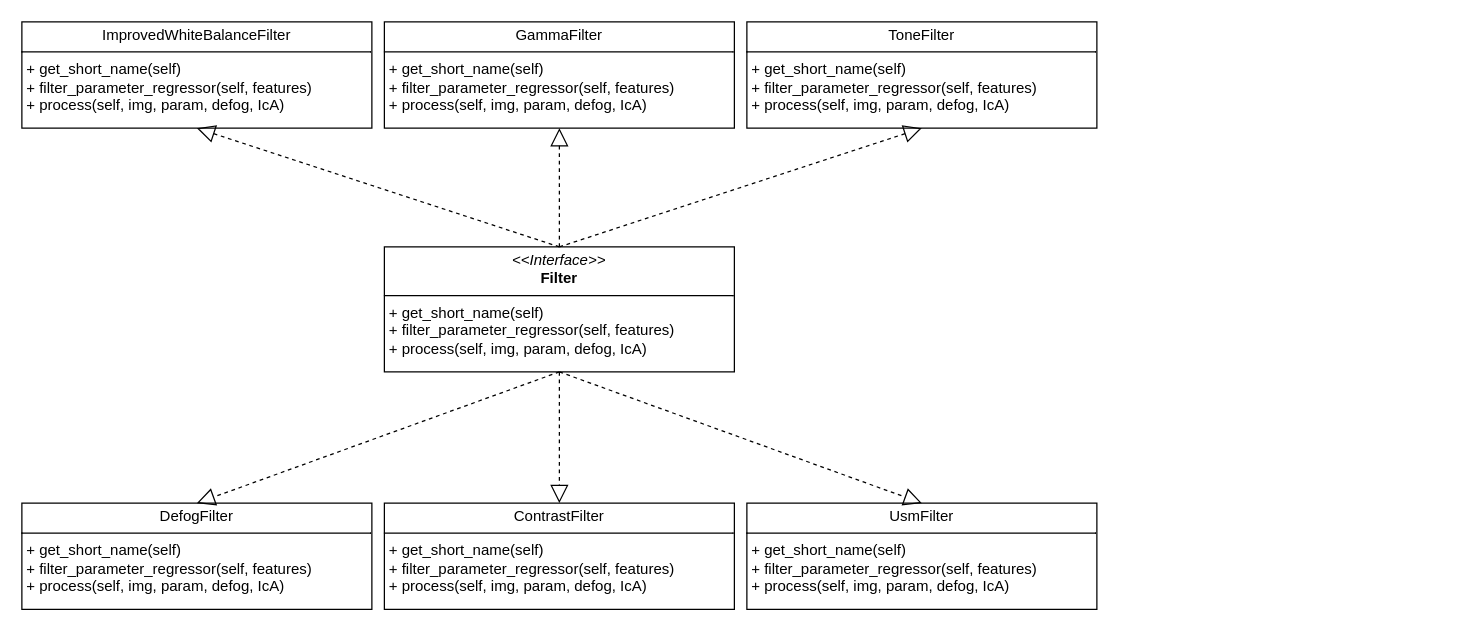
The draw.io diagram 未命名绘图.drawio in UNIQUEXIONG123/UNIQUEXIONG123, before the edit. Source tidied: cells renumbered, new cells numbered last; positions are measured from the earlier drawing's top-left corner, leaving out a move shared by most shapes. Both pictures are drawn from the tidied source at 125%, with x=0, y=0 at pixel (21, 21).
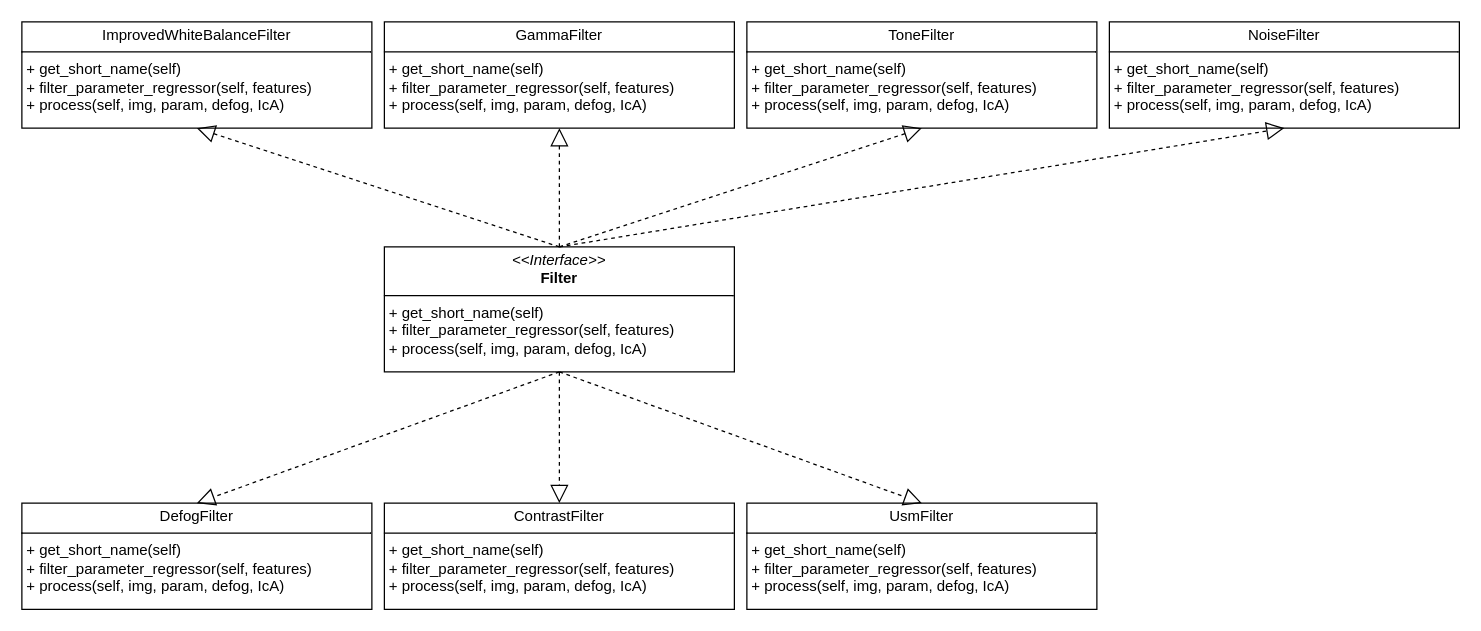
Above is the later version.

Commit message:
更新未命名绘图.drawio

What changed in the source:
```diff
@@
 <mxGraphModel>
   <root>
     <mxCell id="0" />
     <mxCell id="1" parent="0" />
     <mxCell id="2" value="&lt;p style=&quot;margin:0px;margin-top:4px;text-align:center;&quot;&gt;&lt;i&gt;&amp;lt;&amp;lt;Interface&amp;gt;&amp;gt;&lt;/i&gt;&lt;br&gt;&lt;b&gt;Filter&lt;/b&gt;&lt;/p&gt;&lt;hr size=&quot;1&quot; style=&quot;border-style:solid;&quot;&gt;&lt;p style=&quot;margin:0px;margin-left:4px;&quot;&gt;+ get_short_name(self)&lt;br&gt;+ filter_parameter_regressor(self, features)&lt;/p&gt;&lt;p style=&quot;margin:0px;margin-left:4px;&quot;&gt;+ process(self, img, param, defog, IcA)&lt;/p&gt;" style="verticalAlign=top;align=left;overflow=fill;html=1;whiteSpace=wrap;" parent="1" vertex="1">
       <mxGeometry x="290" y="180" width="280" height="100" as="geometry" />
     </mxCell>
     <mxCell id="3" value="&lt;p style=&quot;margin:0px;margin-top:4px;text-align:center;&quot;&gt;DefogFilter&lt;/p&gt;&lt;hr size=&quot;1&quot; style=&quot;border-style:solid;&quot;&gt;&lt;p style=&quot;margin:0px;margin-left:4px;&quot;&gt;+ get_short_name(self)&lt;br&gt;+ filter_parameter_regressor(self, features)&lt;/p&gt;&lt;p style=&quot;margin:0px;margin-left:4px;&quot;&gt;+ process(self, img, param, defog, IcA)&lt;/p&gt;" style="verticalAlign=top;align=left;overflow=fill;html=1;whiteSpace=wrap;" parent="1" vertex="1">
       <mxGeometry y="385" width="280" height="85" as="geometry" />
     </mxCell>
     <mxCell id="4" value="&lt;p style=&quot;margin:0px;margin-top:4px;text-align:center;&quot;&gt;ContrastFilter&lt;/p&gt;&lt;hr size=&quot;1&quot; style=&quot;border-style:solid;&quot;&gt;&lt;p style=&quot;margin:0px;margin-left:4px;&quot;&gt;+ get_short_name(self)&lt;br&gt;+ filter_parameter_regressor(self, features)&lt;/p&gt;&lt;p style=&quot;margin:0px;margin-left:4px;&quot;&gt;+ process(self, img, param, defog, IcA)&lt;/p&gt;" style="verticalAlign=top;align=left;overflow=fill;html=1;whiteSpace=wrap;" parent="1" vertex="1">
       <mxGeometry x="290" y="385" width="280" height="85" as="geometry" />
     </mxCell>
     <mxCell id="5" value="&lt;p style=&quot;margin:0px;margin-top:4px;text-align:center;&quot;&gt;UsmFilter&lt;/p&gt;&lt;hr size=&quot;1&quot; style=&quot;border-style:solid;&quot;&gt;&lt;p style=&quot;margin:0px;margin-left:4px;&quot;&gt;+ get_short_name(self)&lt;br&gt;+ filter_parameter_regressor(self, features)&lt;/p&gt;&lt;p style=&quot;margin:0px;margin-left:4px;&quot;&gt;+ process(self, img, param, defog, IcA)&lt;/p&gt;" style="verticalAlign=top;align=left;overflow=fill;html=1;whiteSpace=wrap;" parent="1" vertex="1">
       <mxGeometry x="580" y="385" width="280" height="85" as="geometry" />
     </mxCell>
     <mxCell id="6" value="&lt;p style=&quot;margin:0px;margin-top:4px;text-align:center;&quot;&gt;ImprovedWhiteBalanceFilter&lt;/p&gt;&lt;hr size=&quot;1&quot; style=&quot;border-style:solid;&quot;&gt;&lt;p style=&quot;margin:0px;margin-left:4px;&quot;&gt;+ get_short_name(self)&lt;br&gt;+ filter_parameter_regressor(self, features)&lt;/p&gt;&lt;p style=&quot;margin:0px;margin-left:4px;&quot;&gt;+ process(self, img, param, defog, IcA)&lt;/p&gt;" style="verticalAlign=top;align=left;overflow=fill;html=1;whiteSpace=wrap;" parent="1" vertex="1">
       <mxGeometry width="280" height="85" as="geometry" />
     </mxCell>
     <mxCell id="7" value="&lt;p style=&quot;margin:0px;margin-top:4px;text-align:center;&quot;&gt;GammaFilter&lt;/p&gt;&lt;hr size=&quot;1&quot; style=&quot;border-style:solid;&quot;&gt;&lt;p style=&quot;margin:0px;margin-left:4px;&quot;&gt;+ get_short_name(self)&lt;br&gt;+ filter_parameter_regressor(self, features)&lt;/p&gt;&lt;p style=&quot;margin:0px;margin-left:4px;&quot;&gt;+ process(self, img, param, defog, IcA)&lt;/p&gt;" style="verticalAlign=top;align=left;overflow=fill;html=1;whiteSpace=wrap;" parent="1" vertex="1">
       <mxGeometry x="290" width="280" height="85" as="geometry" />
     </mxCell>
     <mxCell id="8" value="&lt;p style=&quot;margin:0px;margin-top:4px;text-align:center;&quot;&gt;ToneFilter&lt;/p&gt;&lt;hr size=&quot;1&quot; style=&quot;border-style:solid;&quot;&gt;&lt;p style=&quot;margin:0px;margin-left:4px;&quot;&gt;+ get_short_name(self)&lt;br&gt;+ filter_parameter_regressor(self, features)&lt;/p&gt;&lt;p style=&quot;margin:0px;margin-left:4px;&quot;&gt;+ process(self, img, param, defog, IcA)&lt;/p&gt;" style="verticalAlign=top;align=left;overflow=fill;html=1;whiteSpace=wrap;" parent="1" vertex="1">
       <mxGeometry x="580" width="280" height="85" as="geometry" />
     </mxCell>
     <mxCell id="9" style="endArrow=block;dashed=1;endFill=0;endSize=12;html=1;rounded=0;entryX=0.5;entryY=1;entryDx=0;entryDy=0;exitX=0.5;exitY=0;exitDx=0;exitDy=0;" parent="1" edge="1" source="2" target="8">
       <mxGeometry relative="1" as="geometry" />
     </mxCell>
     <mxCell id="10" style="endArrow=block;dashed=1;endFill=0;endSize=12;html=1;rounded=0;entryX=0.5;entryY=1;entryDx=0;entryDy=0;exitX=0.5;exitY=0;exitDx=0;exitDy=0;" parent="1" edge="1" source="2" target="7">
       <mxGeometry relative="1" as="geometry" />
     </mxCell>
     <mxCell id="11" style="endArrow=block;dashed=1;endFill=0;endSize=12;html=1;rounded=0;entryX=0.5;entryY=1;entryDx=0;entryDy=0;exitX=0.5;exitY=0;exitDx=0;exitDy=0;" parent="1" edge="1" source="2" target="6">
       <mxGeometry relative="1" as="geometry" />
     </mxCell>
     <mxCell id="12" style="endArrow=block;dashed=1;endFill=0;endSize=12;html=1;rounded=0;entryX=0.5;entryY=0;entryDx=0;entryDy=0;exitX=0.5;exitY=1;exitDx=0;exitDy=0;" parent="1" edge="1" source="2" target="4">
       <mxGeometry relative="1" as="geometry" />
     </mxCell>
     <mxCell id="13" style="endArrow=block;dashed=1;endFill=0;endSize=12;html=1;rounded=0;entryX=0.5;entryY=0;entryDx=0;entryDy=0;exitX=0.5;exitY=1;exitDx=0;exitDy=0;" parent="1" edge="1" source="2" target="5">
       <mxGeometry relative="1" as="geometry" />
     </mxCell>
     <mxCell id="14" style="endArrow=block;dashed=1;endFill=0;endSize=12;html=1;rounded=0;entryX=0.5;entryY=0;entryDx=0;entryDy=0;exitX=0.5;exitY=1;exitDx=0;exitDy=0;" parent="1" edge="1" source="2" target="3">
       <mxGeometry relative="1" as="geometry" />
     </mxCell>
+    <mxCell id="15" value="&lt;p style=&quot;margin:0px;margin-top:4px;text-align:center;&quot;&gt;NoiseFilter&lt;/p&gt;&lt;hr size=&quot;1&quot; style=&quot;border-style:solid;&quot;&gt;&lt;p style=&quot;margin:0px;margin-left:4px;&quot;&gt;+ get_short_name(self)&lt;br&gt;+ filter_parameter_regressor(self, features)&lt;/p&gt;&lt;p style=&quot;margin:0px;margin-left:4px;&quot;&gt;+ process(self, img, param, defog, IcA)&lt;/p&gt;" style="verticalAlign=top;align=left;overflow=fill;html=1;whiteSpace=wrap;" parent="1" vertex="1">
+      <mxGeometry x="870" width="280" height="85" as="geometry" />
+    </mxCell>
+    <mxCell id="16" style="endArrow=block;dashed=1;endFill=0;endSize=12;html=1;rounded=0;entryX=0.5;entryY=1;entryDx=0;entryDy=0;" parent="1" edge="1" target="15">
+      <mxGeometry relative="1" as="geometry">
+        <mxPoint x="430" y="180" as="sourcePoint" />
+      </mxGeometry>
+    </mxCell>
   </root>
 </mxGraphModel>
```
